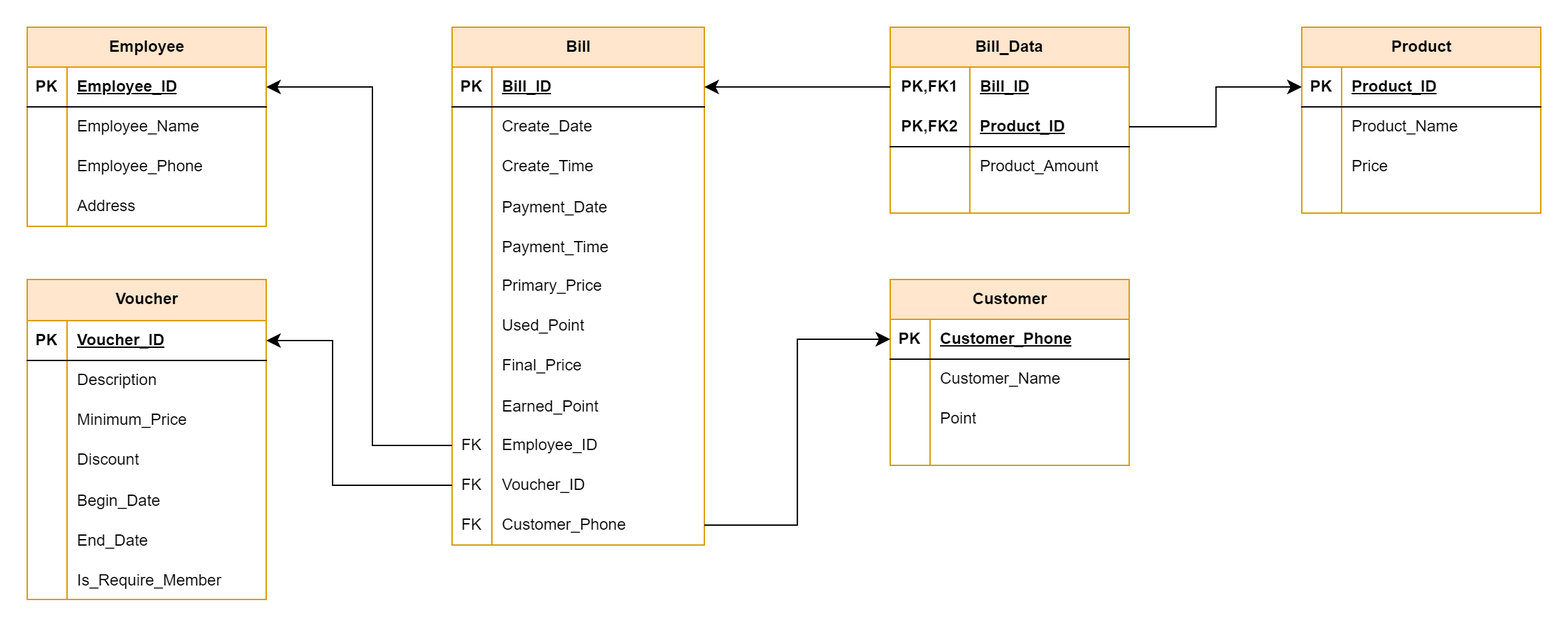
The draw.io diagram Assignment/Relational Model.png in bakaqc/DBI202-Labs_and_Assignment, before a commit. Source tidied: cells renumbered, new cells last; positions are measured from the earlier drawing's top-left corner, leaving out a move shared by most shapes.
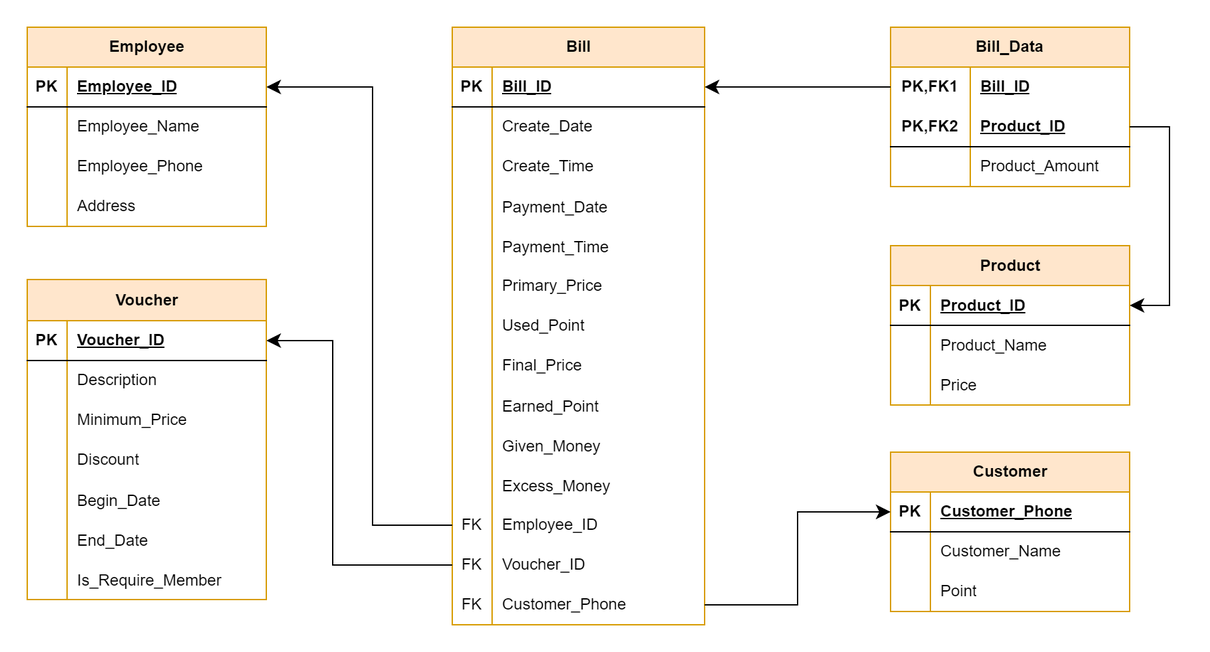
After the commit.

Diff of the diagram source:
```diff
@@ -108,7 +108,7 @@
       <mxGeometry x="30" width="150" height="30" as="geometry" />
     </mxCell>
     <mxCell id="37" value="Customer" style="shape=table;startSize=30;rowLines=0;fontStyle=1;align=center;html=1;fillColor=#ffe6cc;strokeColor=#d79b00;" parent="1" vertex="1">
-      <mxGeometry x="650" y="190" width="180" height="140" as="geometry" />
+      <mxGeometry x="650" y="320" width="180" height="120" as="geometry" />
     </mxCell>
     <mxCell id="38" style="shape=tableRow;horizontal=0;startSize=0;swimlaneHead=0;swimlaneBody=0;fillColor=none;points=[[0,0.5],[1,0.5]];portConstraint=eastwest;top=0;left=0;right=0;bottom=1;" parent="37" vertex="1">
       <mxGeometry y="30" width="180" height="30" as="geometry" />
@@ -137,17 +137,8 @@
     <mxCell id="46" value="Point" style="shape=partialRectangle;fillColor=none;top=0;left=0;bottom=0;right=0;align=left;spacingLeft=6;overflow=hidden;whiteSpace=wrap;html=1;" parent="44" vertex="1">
       <mxGeometry x="30" width="150" height="30" as="geometry" />
     </mxCell>
-    <mxCell id="47" style="shape=tableRow;horizontal=0;startSize=0;swimlaneHead=0;swimlaneBody=0;fillColor=none;top=0;left=0;right=0;bottom=0;" parent="37" vertex="1">
-      <mxGeometry y="120" width="180" height="20" as="geometry" />
-    </mxCell>
-    <mxCell id="48" style="shape=partialRectangle;fillColor=none;top=0;left=0;bottom=0;right=0;overflow=hidden;whiteSpace=wrap;html=1;" parent="47" vertex="1">
-      <mxGeometry width="30" height="20" as="geometry" />
-    </mxCell>
-    <mxCell id="49" style="shape=partialRectangle;fillColor=none;top=0;left=0;bottom=0;right=0;align=left;spacingLeft=6;overflow=hidden;whiteSpace=wrap;html=1;" parent="47" vertex="1">
-      <mxGeometry x="30" width="150" height="20" as="geometry" />
-    </mxCell>
     <mxCell id="50" value="Product" style="shape=table;startSize=30;rowLines=0;fontStyle=1;align=center;html=1;fillColor=#ffe6cc;strokeColor=#d79b00;" parent="1" vertex="1">
-      <mxGeometry x="960" width="180" height="140" as="geometry" />
+      <mxGeometry x="650" y="164.5" width="180" height="120" as="geometry" />
     </mxCell>
     <mxCell id="51" style="shape=tableRow;horizontal=0;startSize=0;swimlaneHead=0;swimlaneBody=0;fillColor=none;points=[[0,0.5],[1,0.5]];portConstraint=eastwest;top=0;left=0;right=0;bottom=1;" parent="50" vertex="1">
       <mxGeometry y="30" width="180" height="30" as="geometry" />
@@ -176,17 +167,8 @@
     <mxCell id="59" value="Price" style="shape=partialRectangle;fillColor=none;top=0;left=0;bottom=0;right=0;align=left;spacingLeft=6;overflow=hidden;whiteSpace=wrap;html=1;" parent="57" vertex="1">
       <mxGeometry x="30" width="150" height="30" as="geometry" />
     </mxCell>
-    <mxCell id="60" style="shape=tableRow;horizontal=0;startSize=0;swimlaneHead=0;swimlaneBody=0;fillColor=none;top=0;left=0;right=0;bottom=0;" parent="50" vertex="1">
-      <mxGeometry y="120" width="180" height="20" as="geometry" />
-    </mxCell>
-    <mxCell id="61" style="shape=partialRectangle;fillColor=none;top=0;left=0;bottom=0;right=0;overflow=hidden;whiteSpace=wrap;html=1;" parent="60" vertex="1">
-      <mxGeometry width="30" height="20" as="geometry" />
-    </mxCell>
-    <mxCell id="62" style="shape=partialRectangle;fillColor=none;top=0;left=0;bottom=0;right=0;align=left;spacingLeft=6;overflow=hidden;whiteSpace=wrap;html=1;" parent="60" vertex="1">
-      <mxGeometry x="30" width="150" height="20" as="geometry" />
-    </mxCell>
     <mxCell id="63" value="Bill_Data" style="shape=table;startSize=30;rowLines=0;fontStyle=1;align=center;html=1;whiteSpace=wrap;fillColor=#ffe6cc;strokeColor=#d79b00;" parent="1" vertex="1">
-      <mxGeometry x="650" width="180" height="140" as="geometry" />
+      <mxGeometry x="650" width="180" height="120" as="geometry" />
     </mxCell>
     <mxCell id="64" style="shape=tableRow;horizontal=0;startSize=0;swimlaneHead=0;swimlaneBody=0;fillColor=none;points=[[0,0.5],[1,0.5]];portConstraint=eastwest;top=0;left=0;right=0;bottom=0;html=1;" parent="63" vertex="1">
       <mxGeometry y="30" width="180" height="30" as="geometry" />
@@ -215,17 +197,8 @@
     <mxCell id="72" value="Product_Amount" style="shape=partialRectangle;fillColor=none;top=0;left=0;bottom=0;right=0;align=left;spacingLeft=6;overflow=hidden;html=1;whiteSpace=wrap;" parent="70" vertex="1">
       <mxGeometry x="60" width="120" height="30" as="geometry" />
     </mxCell>
-    <mxCell id="73" style="shape=tableRow;horizontal=0;startSize=0;swimlaneHead=0;swimlaneBody=0;fillColor=none;top=0;left=0;right=0;bottom=0;html=1;" parent="63" vertex="1">
-      <mxGeometry y="120" width="180" height="20" as="geometry" />
-    </mxCell>
-    <mxCell id="74" style="shape=partialRectangle;fillColor=none;top=0;left=0;bottom=0;right=0;overflow=hidden;html=1;whiteSpace=wrap;" parent="73" vertex="1">
-      <mxGeometry width="60" height="20" as="geometry" />
-    </mxCell>
-    <mxCell id="75" style="shape=partialRectangle;fillColor=none;top=0;left=0;bottom=0;right=0;align=left;spacingLeft=6;overflow=hidden;html=1;whiteSpace=wrap;" parent="73" vertex="1">
-      <mxGeometry x="60" width="120" height="20" as="geometry" />
-    </mxCell>
     <mxCell id="76" value="Bill" style="shape=table;startSize=30;rowLines=0;fontStyle=1;align=center;html=1;fillColor=#ffe6cc;strokeColor=#d79b00;" parent="1" vertex="1">
-      <mxGeometry x="320" width="190" height="390" as="geometry" />
+      <mxGeometry x="320" width="190" height="450" as="geometry" />
     </mxCell>
     <mxCell id="77" style="shape=tableRow;horizontal=0;startSize=0;swimlaneHead=0;swimlaneBody=0;fillColor=none;points=[[0,0.5],[1,0.5]];portConstraint=eastwest;top=0;left=0;right=0;bottom=1;" parent="76" vertex="1">
       <mxGeometry y="30" width="190" height="30" as="geometry" />
@@ -308,8 +281,26 @@
     <mxCell id="103" value="Earned_Point" style="shape=partialRectangle;fillColor=none;top=0;left=0;bottom=0;right=0;align=left;spacingLeft=6;overflow=hidden;" parent="101" vertex="1">
       <mxGeometry x="30" width="160" height="30" as="geometry" />
     </mxCell>
+    <mxCell id="118" style="shape=tableRow;horizontal=0;startSize=0;swimlaneHead=0;swimlaneBody=0;fillColor=none;top=0;left=0;right=0;bottom=0;" parent="76" vertex="1">
+      <mxGeometry y="300" width="190" height="30" as="geometry" />
+    </mxCell>
+    <mxCell id="119" style="shape=partialRectangle;fillColor=none;top=0;left=0;bottom=0;right=0;overflow=hidden;" parent="118" vertex="1">
+      <mxGeometry width="30" height="30" as="geometry" />
+    </mxCell>
+    <mxCell id="120" value="Given_Money" style="shape=partialRectangle;fillColor=none;top=0;left=0;bottom=0;right=0;align=left;spacingLeft=6;overflow=hidden;" parent="118" vertex="1">
+      <mxGeometry x="30" width="160" height="30" as="geometry" />
+    </mxCell>
+    <mxCell id="121" style="shape=tableRow;horizontal=0;startSize=0;swimlaneHead=0;swimlaneBody=0;fillColor=none;top=0;left=0;right=0;bottom=0;" parent="76" vertex="1">
+      <mxGeometry y="330" width="190" height="30" as="geometry" />
+    </mxCell>
+    <mxCell id="122" style="shape=partialRectangle;fillColor=none;top=0;left=0;bottom=0;right=0;overflow=hidden;" parent="121" vertex="1">
+      <mxGeometry width="30" height="30" as="geometry" />
+    </mxCell>
+    <mxCell id="123" value="Excess_Money" style="shape=partialRectangle;fillColor=none;top=0;left=0;bottom=0;right=0;align=left;spacingLeft=6;overflow=hidden;" parent="121" vertex="1">
+      <mxGeometry x="30" width="160" height="30" as="geometry" />
+    </mxCell>
     <mxCell id="104" style="shape=tableRow;horizontal=0;startSize=0;swimlaneHead=0;swimlaneBody=0;fillColor=none;points=[[0,0.5],[1,0.5]];portConstraint=eastwest;top=0;left=0;right=0;bottom=0;" parent="76" vertex="1">
-      <mxGeometry y="300" width="190" height="30" as="geometry" />
+      <mxGeometry y="360" width="190" height="30" as="geometry" />
     </mxCell>
     <mxCell id="105" value="FK" style="shape=partialRectangle;fillColor=none;top=0;left=0;bottom=0;right=0;fontStyle=0;overflow=hidden;whiteSpace=wrap;html=1;" parent="104" vertex="1">
       <mxGeometry width="30" height="30" as="geometry" />
@@ -318,7 +309,7 @@
       <mxGeometry x="30" width="160" height="30" as="geometry" />
     </mxCell>
     <mxCell id="107" style="shape=tableRow;horizontal=0;startSize=0;swimlaneHead=0;swimlaneBody=0;fillColor=none;points=[[0,0.5],[1,0.5]];portConstraint=eastwest;top=0;left=0;right=0;bottom=0;" parent="76" vertex="1">
-      <mxGeometry y="330" width="190" height="30" as="geometry" />
+      <mxGeometry y="390" width="190" height="30" as="geometry" />
     </mxCell>
     <mxCell id="108" value="FK" style="shape=partialRectangle;fillColor=none;top=0;left=0;bottom=0;right=0;fontStyle=0;overflow=hidden;whiteSpace=wrap;html=1;" parent="107" vertex="1">
       <mxGeometry width="30" height="30" as="geometry" />
@@ -327,7 +318,7 @@
       <mxGeometry x="30" width="160" height="30" as="geometry" />
     </mxCell>
     <mxCell id="110" style="shape=tableRow;horizontal=0;startSize=0;swimlaneHead=0;swimlaneBody=0;fillColor=none;points=[[0,0.5],[1,0.5]];portConstraint=eastwest;top=0;left=0;right=0;bottom=0;" parent="76" vertex="1">
-      <mxGeometry y="360" width="190" height="30" as="geometry" />
+      <mxGeometry y="420" width="190" height="30" as="geometry" />
     </mxCell>
     <mxCell id="111" value="FK" style="shape=partialRectangle;fillColor=none;top=0;left=0;bottom=0;right=0;fontStyle=0;overflow=hidden;whiteSpace=wrap;html=1;" parent="110" vertex="1">
       <mxGeometry width="30" height="30" as="geometry" />
@@ -355,8 +346,12 @@
     <mxCell id="116" style="edgeStyle=elbowEdgeStyle;elbow=horizontal;endArrow=classic;html=1;curved=0;rounded=0;endSize=8;startSize=8;exitX=0;exitY=0.5;exitDx=0;exitDy=0;entryX=1;entryY=0.5;entryDx=0;entryDy=0;" parent="1" edge="1" source="64" target="77">
       <mxGeometry relative="1" as="geometry" />
     </mxCell>
-    <mxCell id="117" style="edgeStyle=elbowEdgeStyle;elbow=vertical;endArrow=classic;html=1;curved=0;rounded=0;endSize=8;startSize=8;exitX=1;exitY=0.5;exitDx=0;exitDy=0;entryX=0;entryY=0.5;entryDx=0;entryDy=0;" parent="1" edge="1" source="67" target="51">
-      <mxGeometry relative="1" as="geometry" />
+    <mxCell id="117" style="edgeStyle=elbowEdgeStyle;elbow=vertical;endArrow=classic;html=1;curved=0;rounded=0;endSize=8;startSize=8;exitX=1;exitY=0.5;exitDx=0;exitDy=0;entryX=1;entryY=0.5;entryDx=0;entryDy=0;" parent="1" edge="1" source="67" target="51">
+      <mxGeometry relative="1" as="geometry">
+        <Array as="points">
+          <mxPoint x="860" y="150" />
+        </Array>
+      </mxGeometry>
     </mxCell>
   </root>
 </mxGraphModel>
```
